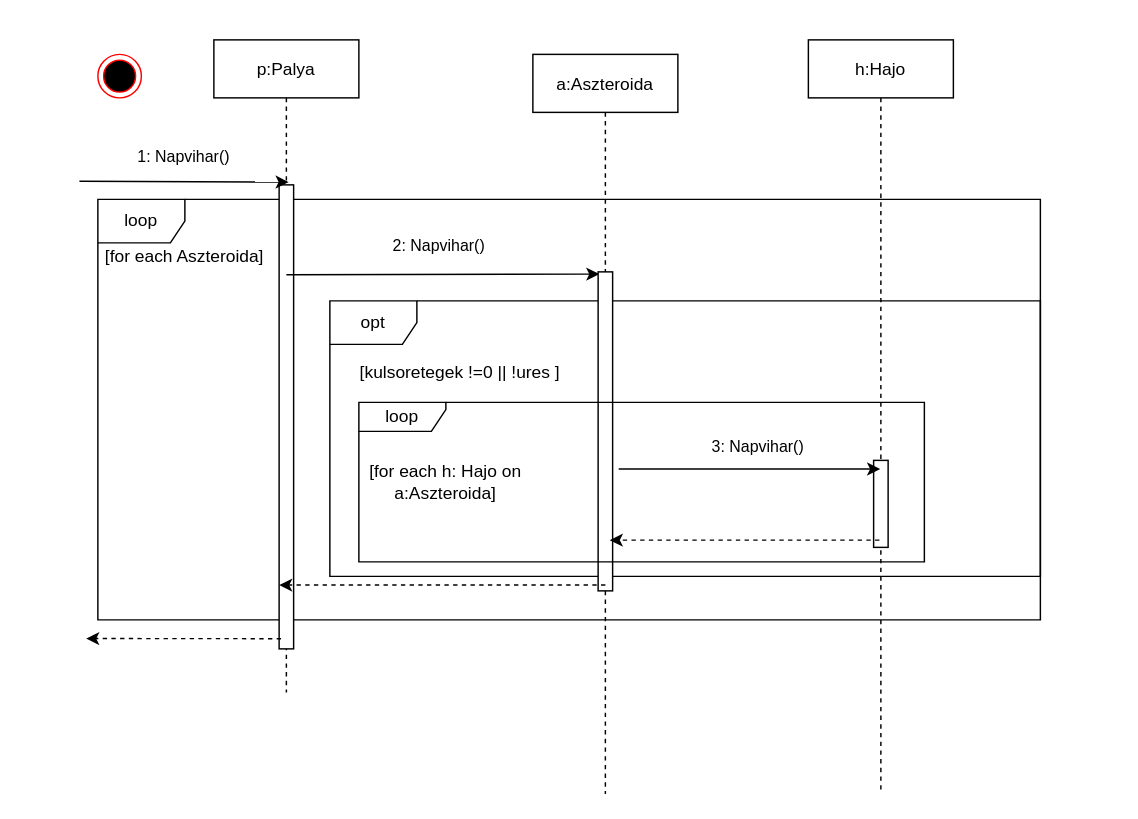
Earlier version of the draw.io diagram doc/uml/sunStorm.drawio (torpeBoiGo/aszteroidabanyaszat). Source tidied: cells renumbered, new cells numbered last; positions are measured from the earlier drawing's top-left corner, leaving out a move shared by most shapes. Both pictures are drawn from the tidied source at 145%, with x=0, y=0 at pixel (78, 39).
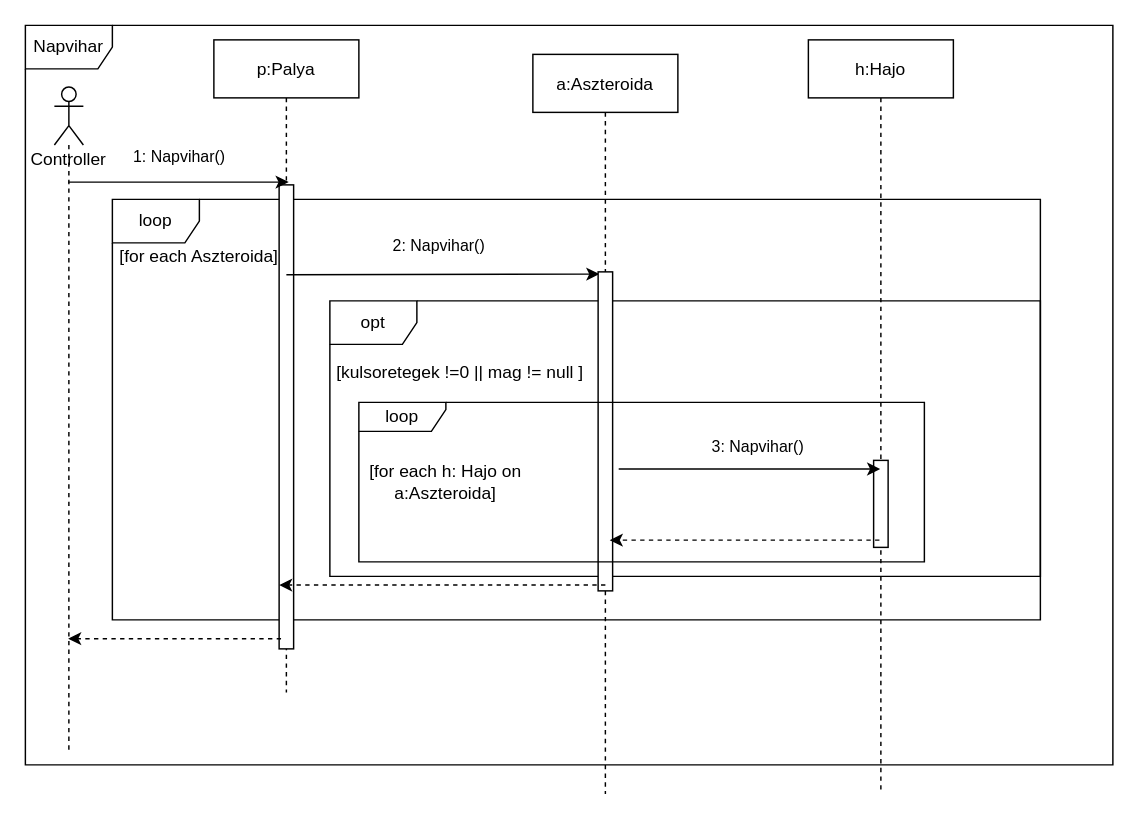
The same diagram, later.

Unchanged cells that the change refers to:
```xml
<mxCell id="4" value="p:Palya" style="shape=umlLifeline;perimeter=lifelinePerimeter;rounded=0;shadow=0;strokeWidth=1;" parent="1" vertex="1">
  <mxGeometry x="93" width="100" height="450" as="geometry" />
</mxCell>
<mxCell id="5" style="points=[];perimeter=orthogonalPerimeter;rounded=0;shadow=0;strokeWidth=1;" parent="4" vertex="1">
  <mxGeometry x="45" y="100" width="10" height="320" as="geometry" />
</mxCell>
```

What changed in the source:
```diff
@@
+    <mxCell id="21" value="Napvihar" style="shape=umlFrame;whiteSpace=wrap;html=1;" parent="1" vertex="1">
+      <mxGeometry x="-37" y="-10" width="750" height="510" as="geometry" />
+    </mxCell>
     <mxCell id="2" value="loop" style="shape=umlFrame;whiteSpace=wrap;html=1;" parent="1" vertex="1">
-      <mxGeometry x="13" y="110" width="650" height="290" as="geometry" />
+      <mxGeometry x="23" y="110" width="640" height="290" as="geometry" />
     </mxCell>
@@
-    <mxCell id="6" value="1: Napvihar()" style="endArrow=classic;html=1;exitX=0.233;exitY=0.046;exitDx=0;exitDy=0;exitPerimeter=0;entryX=0.516;entryY=0.218;entryDx=0;entryDy=0;entryPerimeter=0;" parent="1" edge="1" target="4">
+    <mxCell id="6" value="1: Napvihar()" style="endArrow=classic;html=1;entryX=0.516;entryY=0.218;entryDx=0;entryDy=0;entryPerimeter=0;" parent="1" edge="1" source="22" target="4">
       <mxGeometry y="16" relative="1" as="geometry">
-        <mxPoint x="0.3" y="97.5" as="sourcePoint" />
         <mxPoint y="-1" as="offset" />
       </mxGeometry>
     </mxCell>
     <mxCell id="7" value="[for each Aszteroida]" style="text;html=1;strokeColor=none;fillColor=none;align=center;verticalAlign=middle;whiteSpace=wrap;rounded=0;" parent="1" vertex="1">
-      <mxGeometry x="13" y="140" width="120" height="20" as="geometry" />
+      <mxGeometry x="23" y="140" width="120" height="20" as="geometry" />
     </mxCell>
@@
-    <mxCell id="9" value="[kulsoretegek !=0 || !ures ]" style="text;html=1;strokeColor=none;fillColor=none;align=center;verticalAlign=middle;whiteSpace=wrap;rounded=0;" parent="1" vertex="1">
+    <mxCell id="9" value="[kulsoretegek !=0 || mag != null ]" style="text;html=1;strokeColor=none;fillColor=none;align=center;verticalAlign=middle;whiteSpace=wrap;rounded=0;" parent="1" vertex="1">
       <mxGeometry x="163" y="220" width="200" height="20" as="geometry" />
     </mxCell>
@@
-    <mxCell id="18" style="endArrow=classic;html=1;entryX=0.689;entryY=0.876;entryDx=0;entryDy=0;entryPerimeter=0;dashed=1;exitX=0.133;exitY=0.978;exitDx=0;exitDy=0;exitPerimeter=0;" parent="1" edge="1" source="5">
-      <mxGeometry relative="1" as="geometry">
-        <mxPoint x="4.9" y="412.9" as="targetPoint" />
-      </mxGeometry>
+    <mxCell id="18" style="endArrow=classic;html=1;dashed=1;exitX=0.133;exitY=0.978;exitDx=0;exitDy=0;exitPerimeter=0;" parent="1" edge="1" source="5" target="22">
+      <mxGeometry relative="1" as="geometry" />
     </mxCell>
@@
-    <mxCell id="20" style="ellipse;html=1;shape=endState;fillColor=#000000;strokeColor=#ff0000;" parent="1" vertex="1">
-      <mxGeometry x="13" y="10" width="30" height="30" as="geometry" />
-    </mxCell>
+    <mxCell id="22" value="Controller" style="shape=umlLifeline;participant=umlActor;perimeter=lifelinePerimeter;whiteSpace=wrap;html=1;verticalAlign=top;spacingTop=36;outlineConnect=0;" parent="1" vertex="1">
+      <mxGeometry x="-17" y="32.5" width="20" height="457.5" as="geometry" />
+    </mxCell>
```
